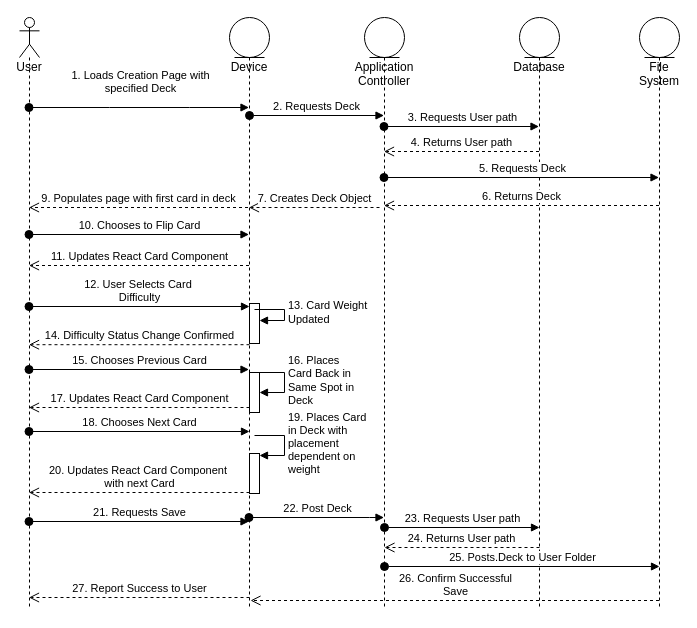
Before: UML_Diagrams/sequence/MindMap Editor Sequence.drawio in kylehackett99/HourWork, a draw.io diagram. Source tidied: cells renumbered, new cells numbered last; positions are measured from the earlier drawing's top-left corner, leaving out a move shared by most shapes. Both pictures are drawn from the tidied source at 100%, with x=0, y=0 at pixel (19, 17).
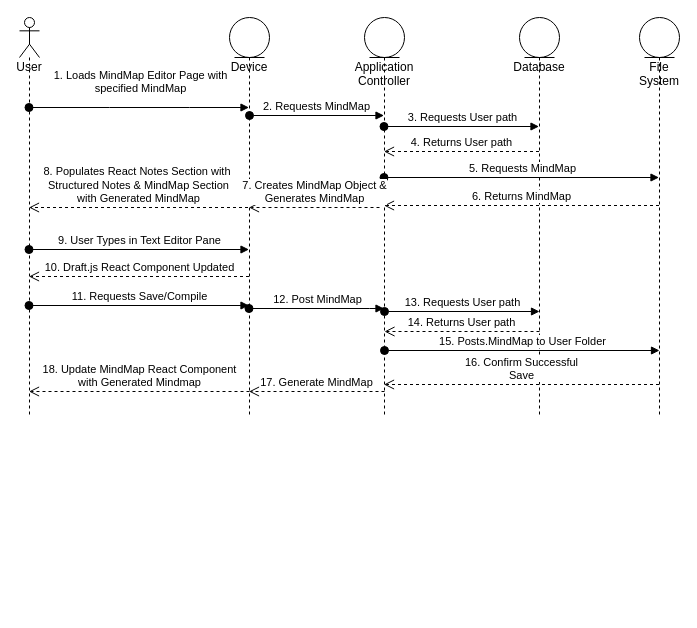
The same page after the edit.

Change to the diagram source:
```diff
@@
     <mxCell id="2" value="User" style="shape=umlLifeline;participant=umlActor;perimeter=lifelinePerimeter;whiteSpace=wrap;html=1;verticalAlign=top;spacingTop=36;outlineConnect=0;" parent="1" vertex="1">
-      <mxGeometry width="20" height="590" as="geometry" />
+      <mxGeometry width="20" height="400" as="geometry" />
     </mxCell>
     <mxCell id="3" value="Device" style="shape=umlLifeline;participant=umlEntity;perimeter=lifelinePerimeter;whiteSpace=wrap;html=1;verticalAlign=top;spacingTop=36;outlineConnect=0;" parent="1" vertex="1">
-      <mxGeometry x="210" width="40" height="590" as="geometry" />
+      <mxGeometry x="210" width="40" height="400" as="geometry" />
     </mxCell>
-    <mxCell id="4" value="2. Requests Deck" style="html=1;verticalAlign=bottom;startArrow=oval;startFill=1;endArrow=block;startSize=8;rounded=0;" parent="3" edge="1" target="11">
+    <mxCell id="4" value="2. Requests MindMap" style="html=1;verticalAlign=bottom;startArrow=oval;startFill=1;endArrow=block;startSize=8;rounded=0;" parent="3" edge="1" target="11">
       <mxGeometry relative="1" as="geometry">
         <mxPoint x="20" y="98" as="sourcePoint" />
       </mxGeometry>
     </mxCell>
-    <mxCell id="5" style="html=1;perimeter=orthogonalPerimeter;" parent="3" vertex="1">
-      <mxGeometry x="20" y="286" width="10" height="40" as="geometry" />
-    </mxCell>
-    <mxCell id="6" value="13. Card Weight&lt;br&gt;Updated" style="edgeStyle=orthogonalEdgeStyle;html=1;align=left;spacingLeft=2;endArrow=block;rounded=0;entryX=1;entryY=0;" parent="3" edge="1">
-      <mxGeometry relative="1" as="geometry">
-        <mxPoint x="25" y="292" as="sourcePoint" />
-        <mxPoint x="30" y="303" as="targetPoint" />
-        <Array as="points">
-          <mxPoint x="55" y="292" />
-        </Array>
-      </mxGeometry>
-    </mxCell>
-    <mxCell id="7" style="html=1;perimeter=orthogonalPerimeter;" parent="3" vertex="1">
-      <mxGeometry x="20" y="355" width="10" height="40" as="geometry" />
-    </mxCell>
-    <mxCell id="8" value="16. Places&amp;nbsp;&lt;br&gt;Card Back in&amp;nbsp;&lt;br&gt;Same Spot in&lt;br&gt;Deck" style="edgeStyle=orthogonalEdgeStyle;html=1;align=left;spacingLeft=2;endArrow=block;rounded=0;entryX=1;entryY=0;" parent="3" edge="1">
-      <mxGeometry relative="1" as="geometry">
-        <mxPoint x="25" y="355" as="sourcePoint" />
-        <mxPoint x="30" y="375" as="targetPoint" />
-        <Array as="points">
-          <mxPoint x="55" y="355" />
-        </Array>
-      </mxGeometry>
-    </mxCell>
-    <mxCell id="9" style="html=1;perimeter=orthogonalPerimeter;" parent="3" vertex="1">
-      <mxGeometry x="20" y="436" width="10" height="40" as="geometry" />
-    </mxCell>
-    <mxCell id="10" value="19. Places Card&lt;br&gt;in Deck with&amp;nbsp;&lt;br&gt;placement&lt;br&gt;dependent on&amp;nbsp;&lt;br&gt;weight" style="edgeStyle=orthogonalEdgeStyle;html=1;align=left;spacingLeft=2;endArrow=block;rounded=0;entryX=1;entryY=0;" parent="3" edge="1">
-      <mxGeometry relative="1" as="geometry">
-        <mxPoint x="25" y="418" as="sourcePoint" />
-        <mxPoint x="30" y="438" as="targetPoint" />
-        <Array as="points">
-          <mxPoint x="55" y="418" />
-        </Array>
-      </mxGeometry>
-    </mxCell>
     <mxCell id="11" value="Application Controller" style="shape=umlLifeline;participant=umlEntity;perimeter=lifelinePerimeter;whiteSpace=wrap;html=1;verticalAlign=top;spacingTop=36;outlineConnect=0;" parent="1" vertex="1">
-      <mxGeometry x="345" width="40" height="590" as="geometry" />
+      <mxGeometry x="345" width="40" height="400" as="geometry" />
     </mxCell>
     <mxCell id="12" value="Database" style="shape=umlLifeline;participant=umlEntity;perimeter=lifelinePerimeter;whiteSpace=wrap;html=1;verticalAlign=top;spacingTop=36;outlineConnect=0;" parent="1" vertex="1">
-      <mxGeometry x="500" width="40" height="590" as="geometry" />
+      <mxGeometry x="500" width="40" height="400" as="geometry" />
     </mxCell>
-    <mxCell id="13" value="1. Loads Creation Page with &lt;br&gt;specified Deck" style="html=1;verticalAlign=bottom;startArrow=oval;startFill=1;endArrow=block;startSize=8;rounded=0;" parent="1" edge="1" source="2" target="3">
+    <mxCell id="13" value="1. Loads MindMap Editor Page with &lt;br&gt;specified MindMap" style="html=1;verticalAlign=bottom;startArrow=oval;startFill=1;endArrow=block;startSize=8;rounded=0;" parent="1" edge="1" source="2" target="3">
       <mxGeometry y="10" relative="1" as="geometry">
         <Array as="points">
           <mxPoint x="90" y="90" />
           <mxPoint x="170" y="90" />
         </Array>
         <mxPoint x="1" as="offset" />
       </mxGeometry>
     </mxCell>
@@
     <mxCell id="15" value="File System" style="shape=umlLifeline;participant=umlEntity;perimeter=lifelinePerimeter;whiteSpace=wrap;html=1;verticalAlign=top;spacingTop=36;" parent="1" vertex="1">
-      <mxGeometry x="620" width="40" height="590" as="geometry" />
+      <mxGeometry x="620" width="40" height="400" as="geometry" />
     </mxCell>
@@
-    <mxCell id="17" value="5. Requests Deck" style="html=1;verticalAlign=bottom;startArrow=oval;startFill=1;endArrow=block;startSize=8;rounded=0;" parent="1" edge="1">
+    <mxCell id="17" value="5. Requests MindMap" style="html=1;verticalAlign=bottom;startArrow=oval;startFill=1;endArrow=block;startSize=8;rounded=0;" parent="1" edge="1">
       <mxGeometry relative="1" as="geometry">
         <mxPoint x="364.5" y="160" as="sourcePoint" />
         <mxPoint x="639.5" y="160" as="targetPoint" />
       </mxGeometry>
     </mxCell>
-    <mxCell id="18" value="6. Returns Deck" style="html=1;verticalAlign=bottom;endArrow=open;dashed=1;endSize=8;rounded=0;" parent="1" edge="1">
+    <mxCell id="18" value="6. Returns MindMap" style="html=1;verticalAlign=bottom;endArrow=open;dashed=1;endSize=8;rounded=0;" parent="1" edge="1">
       <mxGeometry relative="1" as="geometry">
         <mxPoint x="639.5" y="188" as="sourcePoint" />
         <mxPoint x="364.5" y="188" as="targetPoint" />
       </mxGeometry>
     </mxCell>
-    <mxCell id="19" value="7. Creates Deck Object" style="html=1;verticalAlign=bottom;endArrow=open;dashed=1;endSize=8;rounded=0;" parent="1" edge="1" target="3">
+    <mxCell id="19" value="7. Creates MindMap Object &amp;amp;&lt;br&gt;Generates MindMap" style="html=1;verticalAlign=bottom;endArrow=open;dashed=1;endSize=8;rounded=0;" parent="1" edge="1" target="3">
       <mxGeometry relative="1" as="geometry">
         <mxPoint x="360" y="190" as="sourcePoint" />
       </mxGeometry>
     </mxCell>
-    <mxCell id="20" value="9. Populates page with first card in deck" style="html=1;verticalAlign=bottom;endArrow=open;dashed=1;endSize=8;rounded=0;" parent="1" edge="1" target="2">
+    <mxCell id="20" value="8. Populates React Notes Section with&amp;nbsp;&lt;br&gt;Structured Notes &amp;amp; MindMap Section&lt;br&gt;with Generated MindMap" style="html=1;verticalAlign=bottom;endArrow=open;dashed=1;endSize=8;rounded=0;" parent="1" edge="1" target="2">
       <mxGeometry relative="1" as="geometry">
         <mxPoint x="228.5" y="190" as="sourcePoint" />
       </mxGeometry>
     </mxCell>
-    <mxCell id="21" value="23. Requests User path" style="html=1;verticalAlign=bottom;startArrow=oval;startFill=1;endArrow=block;startSize=8;rounded=0;" parent="1" edge="1">
+    <mxCell id="21" value="13. Requests User path" style="html=1;verticalAlign=bottom;startArrow=oval;startFill=1;endArrow=block;startSize=8;rounded=0;" parent="1" edge="1">
       <mxGeometry relative="1" as="geometry">
-        <mxPoint x="365" y="510" as="sourcePoint" />
-        <mxPoint x="520" y="510" as="targetPoint" />
+        <mxPoint x="365" y="294" as="sourcePoint" />
+        <mxPoint x="520" y="294" as="targetPoint" />
       </mxGeometry>
     </mxCell>
-    <mxCell id="22" value="24. Returns User path" style="html=1;verticalAlign=bottom;endArrow=open;dashed=1;endSize=8;rounded=0;" parent="1" edge="1">
+    <mxCell id="22" value="14. Returns User path" style="html=1;verticalAlign=bottom;endArrow=open;dashed=1;endSize=8;rounded=0;" parent="1" edge="1">
       <mxGeometry relative="1" as="geometry">
-        <mxPoint x="520" y="530" as="sourcePoint" />
-        <mxPoint x="365" y="530" as="targetPoint" />
+        <mxPoint x="520" y="314" as="sourcePoint" />
+        <mxPoint x="365" y="314" as="targetPoint" />
       </mxGeometry>
     </mxCell>
-    <mxCell id="23" value="26. Confirm Successful&lt;br&gt;Save" style="html=1;verticalAlign=bottom;endArrow=open;dashed=1;endSize=8;rounded=0;" parent="1" edge="1">
+    <mxCell id="23" value="16. Confirm Successful&lt;br&gt;Save" style="html=1;verticalAlign=bottom;endArrow=open;dashed=1;endSize=8;rounded=0;" parent="1" edge="1">
       <mxGeometry relative="1" as="geometry">
-        <mxPoint x="639.5" y="583" as="sourcePoint" />
-        <mxPoint x="231" y="583" as="targetPoint" />
+        <mxPoint x="639.5" y="367" as="sourcePoint" />
+        <mxPoint x="364.5" y="367" as="targetPoint" />
       </mxGeometry>
     </mxCell>
-    <mxCell id="24" value="27. Report Success to User" style="html=1;verticalAlign=bottom;endArrow=open;dashed=1;endSize=8;rounded=0;" parent="1" edge="1">
+    <mxCell id="24" value="18. Update MindMap React Component&lt;br&gt;with Generated Mindmap" style="html=1;verticalAlign=bottom;endArrow=open;dashed=1;endSize=8;rounded=0;" parent="1" edge="1">
       <mxGeometry relative="1" as="geometry">
-        <mxPoint x="230" y="580" as="sourcePoint" />
-        <mxPoint x="9.5" y="580" as="targetPoint" />
+        <mxPoint x="230" y="374" as="sourcePoint" />
+        <mxPoint x="9.5" y="374" as="targetPoint" />
       </mxGeometry>
     </mxCell>
-    <mxCell id="25" value="10. Chooses to Flip Card" style="html=1;verticalAlign=bottom;startArrow=oval;startFill=1;endArrow=block;startSize=8;rounded=0;" parent="1" edge="1">
-      <mxGeometry relative="1" as="geometry">
-        <mxPoint x="9.5" y="217" as="sourcePoint" />
-        <mxPoint x="229.5" y="217" as="targetPoint" />
-      </mxGeometry>
-    </mxCell>
-    <mxCell id="26" value="11. Updates React Card Component" style="html=1;verticalAlign=bottom;endArrow=open;dashed=1;endSize=8;rounded=0;" parent="1" edge="1">
-      <mxGeometry relative="1" as="geometry">
-        <mxPoint x="229.5" y="248" as="sourcePoint" />
-        <mxPoint x="9.5" y="248" as="targetPoint" />
-      </mxGeometry>
-    </mxCell>
-    <mxCell id="27" value="12. User Selects Card&amp;nbsp;&lt;br&gt;Difficulty" style="html=1;verticalAlign=bottom;startArrow=oval;startFill=1;endArrow=block;startSize=8;rounded=0;" parent="1" edge="1">
-      <mxGeometry relative="1" as="geometry">
-        <mxPoint x="9.5" y="289" as="sourcePoint" />
-        <mxPoint x="230" y="289" as="targetPoint" />
-      </mxGeometry>
-    </mxCell>
-    <mxCell id="28" value="14. Difficulty Status Change Confirmed" style="html=1;verticalAlign=bottom;endArrow=open;dashed=1;endSize=8;rounded=0;exitX=0.5;exitY=0.813;exitDx=0;exitDy=0;exitPerimeter=0;" parent="1" edge="1">
-      <mxGeometry relative="1" as="geometry">
-        <mxPoint x="230" y="327.2" as="sourcePoint" />
-        <mxPoint x="9.5" y="327.2" as="targetPoint" />
-      </mxGeometry>
-    </mxCell>
-    <mxCell id="29" value="15. Chooses Previous Card" style="html=1;verticalAlign=bottom;startArrow=oval;startFill=1;endArrow=block;startSize=8;rounded=0;" parent="1" edge="1">
-      <mxGeometry relative="1" as="geometry">
-        <mxPoint x="9.5" y="352" as="sourcePoint" />
-        <mxPoint x="229.5" y="352" as="targetPoint" />
-      </mxGeometry>
-    </mxCell>
-    <mxCell id="30" value="18. Chooses Next Card" style="html=1;verticalAlign=bottom;startArrow=oval;startFill=1;endArrow=block;startSize=8;rounded=0;" parent="1" edge="1">
-      <mxGeometry relative="1" as="geometry">
-        <mxPoint x="9.5" y="414" as="sourcePoint" />
-        <mxPoint x="230" y="414" as="targetPoint" />
-      </mxGeometry>
-    </mxCell>
-    <mxCell id="31" value="20. Updates React Card Component&amp;nbsp;&lt;br&gt;with next Card" style="html=1;verticalAlign=bottom;endArrow=open;dashed=1;endSize=8;rounded=0;" parent="1" edge="1">
-      <mxGeometry relative="1" as="geometry">
-        <mxPoint x="230" y="475" as="sourcePoint" />
-        <mxPoint x="9.5" y="475" as="targetPoint" />
-      </mxGeometry>
-    </mxCell>
-    <mxCell id="32" value="21. Requests Save" style="html=1;verticalAlign=bottom;startArrow=oval;startFill=1;endArrow=block;startSize=8;rounded=0;" parent="1" edge="1">
+    <mxCell id="32" value="11. Requests Save/Compile" style="html=1;verticalAlign=bottom;startArrow=oval;startFill=1;endArrow=block;startSize=8;rounded=0;" parent="1" edge="1">
       <mxGeometry relative="1" as="geometry">
-        <mxPoint x="9.5" y="504" as="sourcePoint" />
-        <mxPoint x="229.5" y="504" as="targetPoint" />
+        <mxPoint x="9.5" y="288" as="sourcePoint" />
+        <mxPoint x="229.5" y="288" as="targetPoint" />
       </mxGeometry>
     </mxCell>
-    <mxCell id="33" value="22. Post Deck" style="html=1;verticalAlign=bottom;startArrow=oval;startFill=1;endArrow=block;startSize=8;rounded=0;" parent="1" edge="1" source="3" target="11">
+    <mxCell id="33" value="12. Post MindMap" style="html=1;verticalAlign=bottom;startArrow=oval;startFill=1;endArrow=block;startSize=8;rounded=0;" parent="1" edge="1">
       <mxGeometry relative="1" as="geometry">
+        <mxPoint x="229.5" y="291" as="sourcePoint" />
+        <mxPoint x="364.5" y="291" as="targetPoint" />
         <Array as="points">
-          <mxPoint x="350" y="500" />
+          <mxPoint x="350" y="291" />
         </Array>
       </mxGeometry>
     </mxCell>
-    <mxCell id="34" value="25. Posts.Deck to User Folder" style="html=1;verticalAlign=bottom;startArrow=oval;startFill=1;endArrow=block;startSize=8;rounded=0;" parent="1" edge="1">
+    <mxCell id="34" value="15. Posts.MindMap to User Folder" style="html=1;verticalAlign=bottom;startArrow=oval;startFill=1;endArrow=block;startSize=8;rounded=0;" parent="1" edge="1">
       <mxGeometry relative="1" as="geometry">
-        <mxPoint x="365" y="549" as="sourcePoint" />
-        <mxPoint x="640" y="549" as="targetPoint" />
+        <mxPoint x="365" y="333" as="sourcePoint" />
+        <mxPoint x="640" y="333" as="targetPoint" />
       </mxGeometry>
     </mxCell>
-    <mxCell id="35" value="17. Updates React Card Component" style="html=1;verticalAlign=bottom;endArrow=open;dashed=1;endSize=8;rounded=0;" parent="1" edge="1" target="2">
-      <mxGeometry relative="1" as="geometry">
-        <mxPoint x="230" y="390" as="sourcePoint" />
-      </mxGeometry>
-    </mxCell>
+    <mxCell id="36" value="17. Generate MindMap" style="html=1;verticalAlign=bottom;endArrow=open;dashed=1;endSize=8;rounded=0;" parent="1" edge="1">
+      <mxGeometry relative="1" as="geometry">
+        <mxPoint x="365" y="374" as="sourcePoint" />
+        <mxPoint x="229.5" y="374" as="targetPoint" />
+      </mxGeometry>
+    </mxCell>
+    <mxCell id="37" value="9. User Types in Text Editor Pane" style="html=1;verticalAlign=bottom;startArrow=oval;startFill=1;endArrow=block;startSize=8;rounded=0;" parent="1" edge="1">
+      <mxGeometry relative="1" as="geometry">
+        <mxPoint x="9.5" y="232" as="sourcePoint" />
+        <mxPoint x="229.5" y="232" as="targetPoint" />
+      </mxGeometry>
+    </mxCell>
+    <mxCell id="38" value="10. Draft.js React Component Updated" style="html=1;verticalAlign=bottom;endArrow=open;dashed=1;endSize=8;rounded=0;" parent="1" edge="1">
+      <mxGeometry relative="1" as="geometry">
+        <mxPoint x="229.5" y="259" as="sourcePoint" />
+        <mxPoint x="9.5" y="259" as="targetPoint" />
+      </mxGeometry>
+    </mxCell>
```
